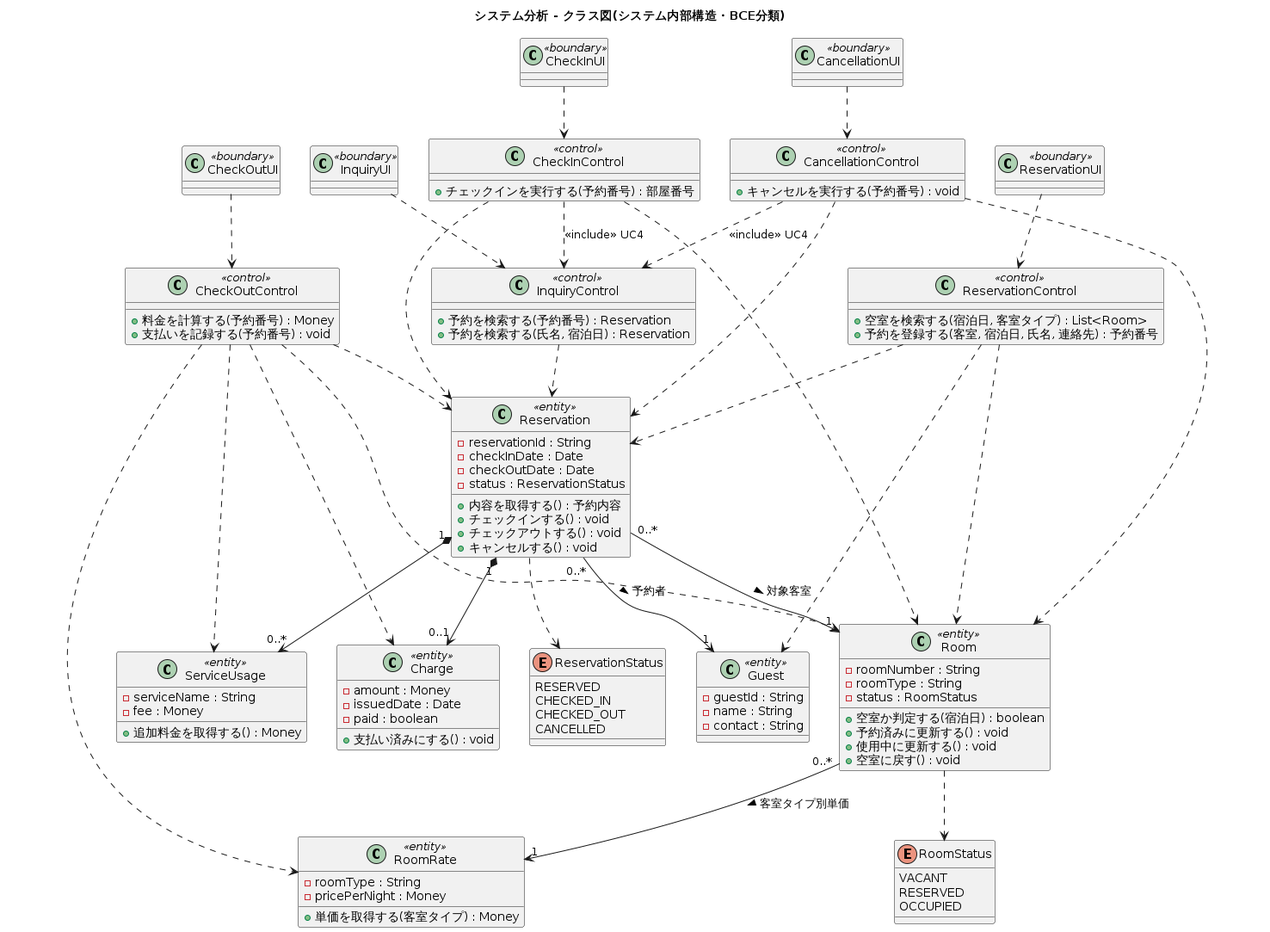
doguto/waseda-hrs keeps this PlantUML diagram as docs/uml/images/09_system_class_diagram.png. Above is the earlier version.
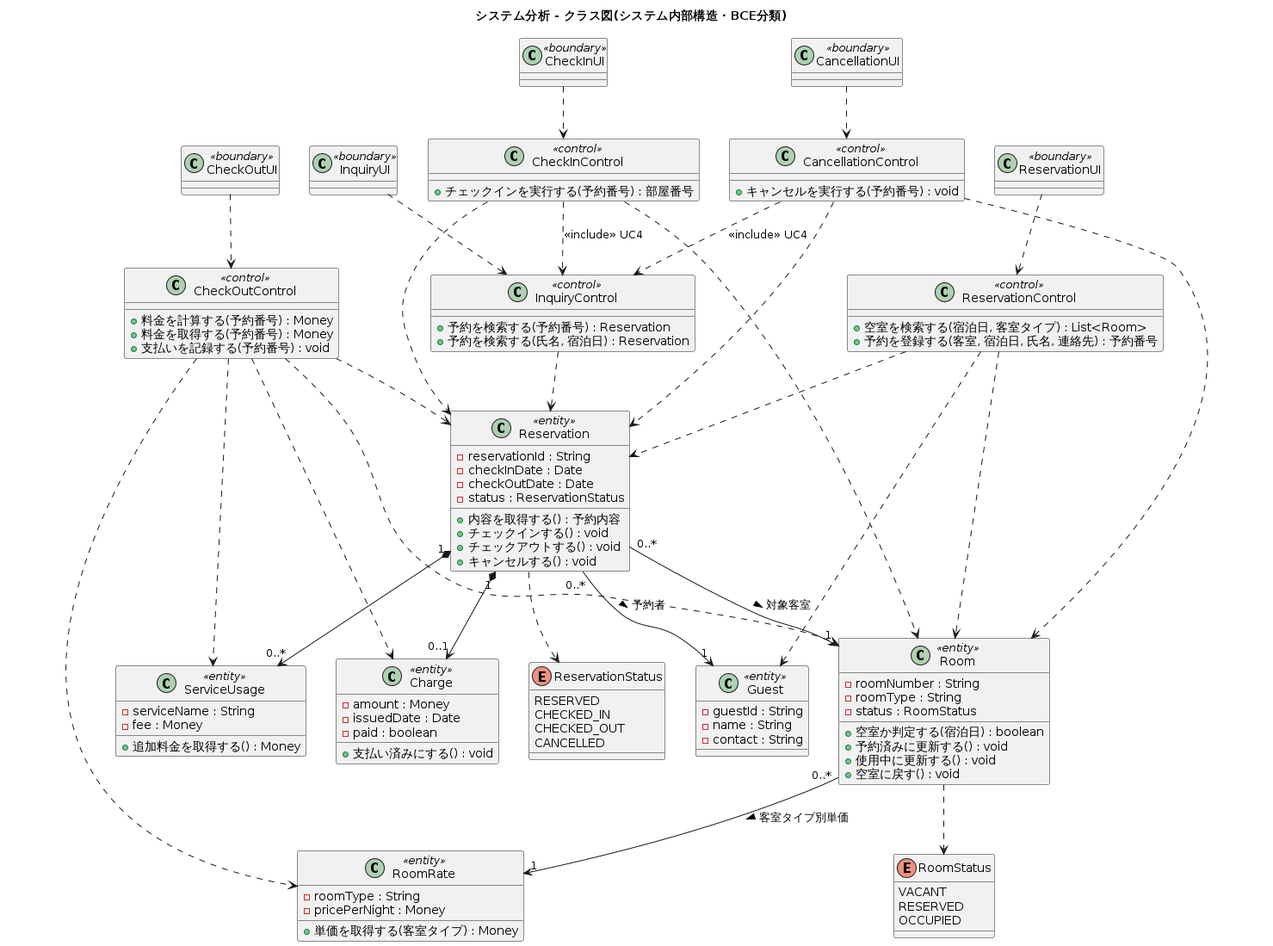
Later version of the same file.

Commit message:
docs(uml): 請求の再取得を09と08cに反映する

Diff of the diagram source:
```diff
@@ -21,6 +21,7 @@
 }
 class CheckOutControl <<control>> {
   +料金を計算する(予約番号) : Money
+  +料金を取得する(予約番号) : Money
   +支払いを記録する(予約番号) : void
 }
 class CancellationControl <<control>> {
```
